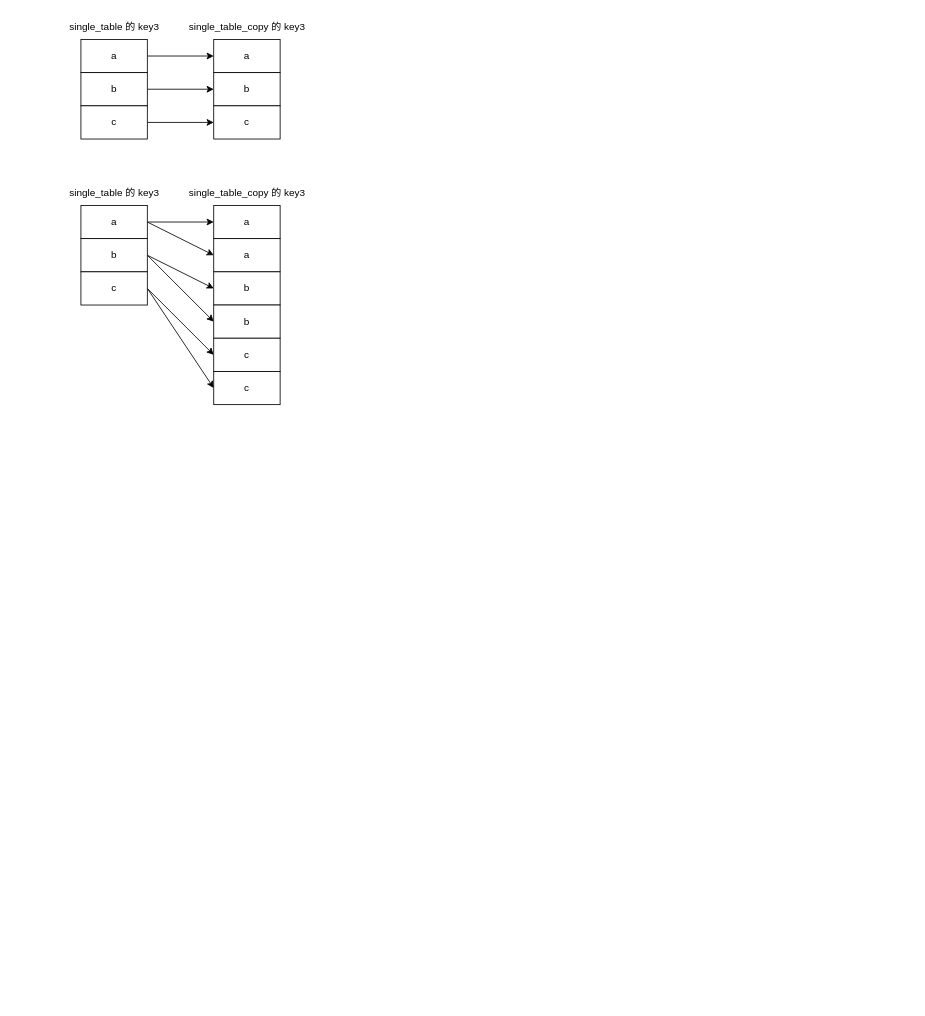
zero-97/picture-of-the-article keeps this draw.io diagram as MySQL in 子查询优化/MySQL in 子查询优化.drawio. Above is the earlier version. Source tidied: cells renumbered, new cells numbered last; positions are measured from the earlier drawing's top-left corner, leaving out a move shared by most shapes. Both pictures are drawn from the tidied source at 83%, with x=0, y=0 at pixel (60, 14).
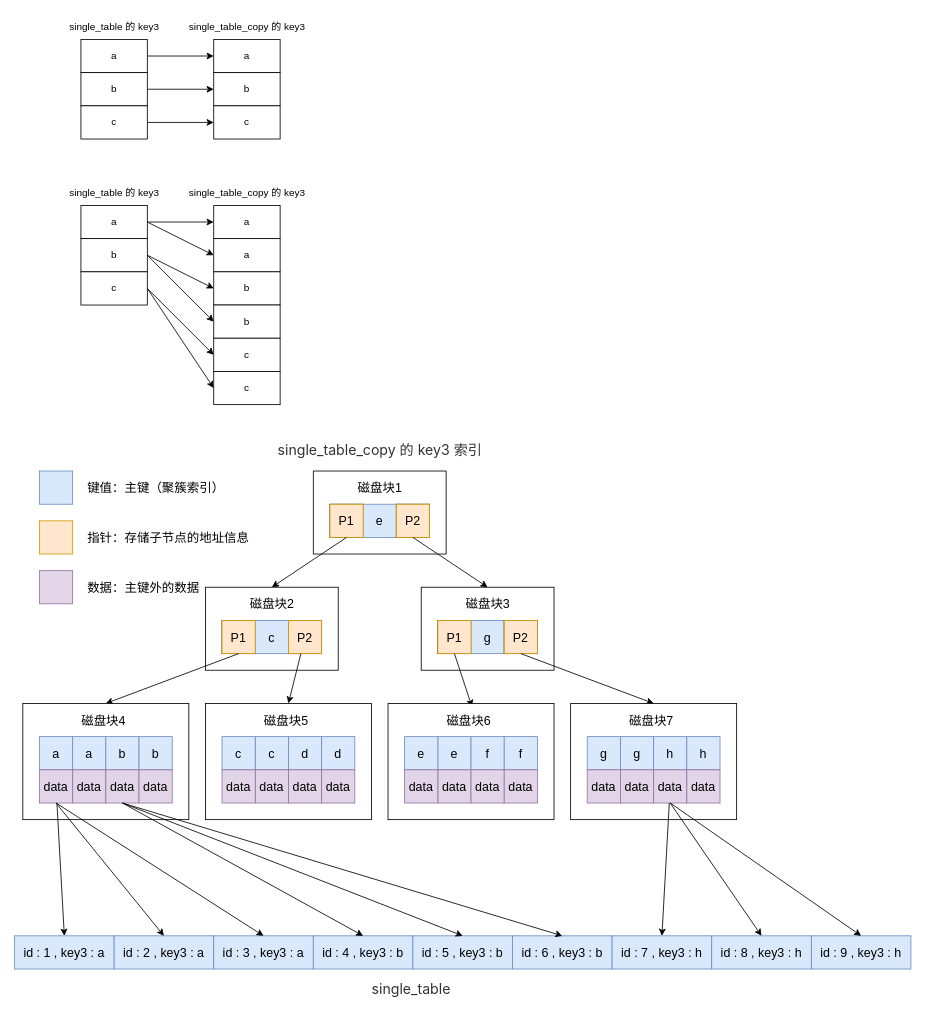
Above is the later version.

Commit message:
Update MySQL in 子查询优化.drawio

Diff of the diagram source:
```diff
@@
+    <mxCell id="30" style="group;" parent="1" vertex="1">
+      <mxGeometry x="305" y="550" width="160" height="100" as="geometry" />
+    </mxCell>
+    <mxCell id="31" style="rounded=0;whiteSpace=wrap;html=1;fontSize=15;" parent="30" vertex="1">
+      <mxGeometry width="160" height="100" as="geometry" />
+    </mxCell>
+    <mxCell id="32" style="rounded=0;whiteSpace=wrap;html=1;fontSize=15;" parent="30" vertex="1">
+      <mxGeometry x="20" y="40" width="40" height="40" as="geometry" />
+    </mxCell>
+    <mxCell id="33" value="e" style="rounded=0;whiteSpace=wrap;html=1;fontSize=15;fillColor=#dae8fc;strokeColor=#6c8ebf;" parent="30" vertex="1">
+      <mxGeometry x="60" y="40" width="40" height="40" as="geometry" />
+    </mxCell>
+    <mxCell id="34" style="rounded=0;whiteSpace=wrap;html=1;fontSize=15;" parent="30" vertex="1">
+      <mxGeometry x="100" y="40" width="40" height="40" as="geometry" />
+    </mxCell>
+    <mxCell id="35" value="P1" style="rounded=0;whiteSpace=wrap;html=1;fontSize=15;fillColor=#ffe6cc;strokeColor=#d79b00;" parent="30" vertex="1">
+      <mxGeometry x="20" y="40" width="40" height="40" as="geometry" />
+    </mxCell>
+    <mxCell id="36" value="P2" style="rounded=0;whiteSpace=wrap;html=1;fontSize=15;fillColor=#ffe6cc;strokeColor=#d79b00;" parent="30" vertex="1">
+      <mxGeometry x="100" y="40" width="40" height="40" as="geometry" />
+    </mxCell>
+    <mxCell id="37" value="磁盘块1" style="text;html=1;align=center;verticalAlign=middle;strokeColor=none;fillColor=none;fontSize=15;" parent="30" vertex="1">
+      <mxGeometry x="45" y="10" width="70" height="20" as="geometry" />
+    </mxCell>
+    <mxCell id="38" style="group;" parent="1" vertex="1">
+      <mxGeometry x="175" y="690" width="160" height="100" as="geometry" />
+    </mxCell>
+    <mxCell id="39" style="rounded=0;whiteSpace=wrap;html=1;fontSize=15;" parent="38" vertex="1">
+      <mxGeometry width="160" height="100" as="geometry" />
+    </mxCell>
+    <mxCell id="40" style="rounded=0;whiteSpace=wrap;html=1;fontSize=15;" parent="38" vertex="1">
+      <mxGeometry x="20" y="40" width="40" height="40" as="geometry" />
+    </mxCell>
+    <mxCell id="41" value="c" style="rounded=0;whiteSpace=wrap;html=1;fontSize=15;fillColor=#dae8fc;strokeColor=#6c8ebf;" parent="38" vertex="1">
+      <mxGeometry x="60" y="40" width="40" height="40" as="geometry" />
+    </mxCell>
+    <mxCell id="42" style="rounded=0;whiteSpace=wrap;html=1;fontSize=15;" parent="38" vertex="1">
+      <mxGeometry x="100" y="40" width="40" height="40" as="geometry" />
+    </mxCell>
+    <mxCell id="43" value="P1" style="rounded=0;whiteSpace=wrap;html=1;fontSize=15;fillColor=#ffe6cc;strokeColor=#d79b00;" parent="38" vertex="1">
+      <mxGeometry x="20" y="40" width="40" height="40" as="geometry" />
+    </mxCell>
+    <mxCell id="44" value="P2" style="rounded=0;whiteSpace=wrap;html=1;fontSize=15;fillColor=#ffe6cc;strokeColor=#d79b00;" parent="38" vertex="1">
+      <mxGeometry x="100" y="40" width="40" height="40" as="geometry" />
+    </mxCell>
+    <mxCell id="45" value="磁盘块2" style="text;html=1;align=center;verticalAlign=middle;strokeColor=none;fillColor=none;fontSize=15;" parent="38" vertex="1">
+      <mxGeometry x="40" y="5" width="80" height="30" as="geometry" />
+    </mxCell>
+    <mxCell id="46" style="group;" parent="1" vertex="1">
+      <mxGeometry x="435" y="690" width="160" height="100" as="geometry" />
+    </mxCell>
+    <mxCell id="47" style="rounded=0;whiteSpace=wrap;html=1;fontSize=15;" parent="46" vertex="1">
+      <mxGeometry width="160" height="100" as="geometry" />
+    </mxCell>
+    <mxCell id="48" style="rounded=0;whiteSpace=wrap;html=1;fontSize=15;" parent="46" vertex="1">
+      <mxGeometry x="20" y="40" width="40" height="40" as="geometry" />
+    </mxCell>
+    <mxCell id="49" value="g" style="rounded=0;whiteSpace=wrap;html=1;fontSize=15;fillColor=#dae8fc;strokeColor=#6c8ebf;" parent="46" vertex="1">
+      <mxGeometry x="60" y="40" width="40" height="40" as="geometry" />
+    </mxCell>
+    <mxCell id="50" style="rounded=0;whiteSpace=wrap;html=1;fontSize=15;" parent="46" vertex="1">
+      <mxGeometry x="100" y="40" width="40" height="40" as="geometry" />
+    </mxCell>
+    <mxCell id="51" value="P1" style="rounded=0;whiteSpace=wrap;html=1;fontSize=15;fillColor=#ffe6cc;strokeColor=#d79b00;" parent="46" vertex="1">
+      <mxGeometry x="20" y="40" width="40" height="40" as="geometry" />
+    </mxCell>
+    <mxCell id="52" value="P2" style="rounded=0;whiteSpace=wrap;html=1;fontSize=15;fillColor=#ffe6cc;strokeColor=#d79b00;" parent="46" vertex="1">
+      <mxGeometry x="100" y="40" width="40" height="40" as="geometry" />
+    </mxCell>
+    <mxCell id="53" value="磁盘块3" style="text;html=1;align=center;verticalAlign=middle;strokeColor=none;fillColor=none;fontSize=15;" parent="46" vertex="1">
+      <mxGeometry x="40" y="5" width="80" height="30" as="geometry" />
+    </mxCell>
+    <mxCell id="54" style="edgeStyle=none;rounded=0;jettySize=auto;html=1;entryX=0.5;entryY=0;entryDx=0;entryDy=0;exitX=0.5;exitY=1;exitDx=0;exitDy=0;" parent="1" edge="1" source="35" target="39">
+      <mxGeometry relative="1" as="geometry" />
+    </mxCell>
+    <mxCell id="55" style="edgeStyle=none;rounded=0;jettySize=auto;html=1;entryX=0.5;entryY=0;entryDx=0;entryDy=0;exitX=0.5;exitY=1;exitDx=0;exitDy=0;" parent="1" edge="1" source="36" target="47">
+      <mxGeometry relative="1" as="geometry" />
+    </mxCell>
+    <mxCell id="56" style="rounded=0;whiteSpace=wrap;html=1;fontSize=15;fillColor=#dae8fc;strokeColor=#6c8ebf;" parent="1" vertex="1">
+      <mxGeometry x="-25" y="550" width="40" height="40" as="geometry" />
+    </mxCell>
+    <mxCell id="57" style="rounded=0;whiteSpace=wrap;html=1;fontSize=15;fillColor=#ffe6cc;strokeColor=#d79b00;" parent="1" vertex="1">
+      <mxGeometry x="-25" y="610" width="40" height="40" as="geometry" />
+    </mxCell>
+    <mxCell id="58" style="rounded=0;whiteSpace=wrap;html=1;fontSize=15;fillColor=#e1d5e7;strokeColor=#9673a6;" parent="1" vertex="1">
+      <mxGeometry x="-25" y="670" width="40" height="40" as="geometry" />
+    </mxCell>
+    <mxCell id="59" value="键值：主键（聚簇索引）" style="text;html=1;align=center;verticalAlign=middle;strokeColor=none;fillColor=none;fontSize=15;" parent="1" vertex="1">
+      <mxGeometry x="25" y="560" width="180" height="20" as="geometry" />
+    </mxCell>
+    <mxCell id="60" value="指针：存储子节点的地址信息" style="text;html=1;align=center;verticalAlign=middle;strokeColor=none;fillColor=none;fontSize=15;" parent="1" vertex="1">
+      <mxGeometry x="25" y="620" width="210" height="20" as="geometry" />
+    </mxCell>
+    <mxCell id="61" value="数据：主键外的数据" style="text;html=1;align=center;verticalAlign=middle;strokeColor=none;fillColor=none;fontSize=15;" parent="1" vertex="1">
+      <mxGeometry x="25" y="680" width="150" height="20" as="geometry" />
+    </mxCell>
+    <mxCell id="62" style="edgeStyle=none;rounded=0;jettySize=auto;html=1;entryX=0.5;entryY=0;entryDx=0;entryDy=0;exitX=0.5;exitY=1;exitDx=0;exitDy=0;" parent="1" edge="1" source="43" target="67">
+      <mxGeometry relative="1" as="geometry" />
+    </mxCell>
+    <mxCell id="63" style="edgeStyle=none;rounded=0;jettySize=auto;html=1;entryX=0.5;entryY=0;entryDx=0;entryDy=0;" parent="1" edge="1" source="44" target="78">
+      <mxGeometry relative="1" as="geometry" />
+    </mxCell>
+    <mxCell id="64" style="edgeStyle=none;rounded=0;jettySize=auto;html=1;entryX=0.552;entryY=-0.033;entryDx=0;entryDy=0;exitX=0.5;exitY=1;exitDx=0;exitDy=0;entryPerimeter=0;" parent="1" edge="1" source="51" target="92">
+      <mxGeometry relative="1" as="geometry" />
+    </mxCell>
+    <mxCell id="65" style="edgeStyle=none;rounded=0;jettySize=auto;html=1;entryX=0.5;entryY=0;entryDx=0;entryDy=0;exitX=0.5;exitY=1;exitDx=0;exitDy=0;" parent="1" edge="1" source="52" target="100">
+      <mxGeometry relative="1" as="geometry" />
+    </mxCell>
+    <mxCell id="66" style="group;" parent="1" vertex="1">
+      <mxGeometry x="-45" y="830" width="200" height="140" as="geometry" />
+    </mxCell>
+    <mxCell id="67" style="rounded=0;whiteSpace=wrap;html=1;fontSize=15;" parent="66" vertex="1">
+      <mxGeometry width="200" height="140" as="geometry" />
+    </mxCell>
+    <mxCell id="68" value="a" style="rounded=0;whiteSpace=wrap;html=1;fontSize=15;fillColor=#dae8fc;strokeColor=#6c8ebf;" parent="66" vertex="1">
+      <mxGeometry x="60" y="40" width="40" height="40" as="geometry" />
+    </mxCell>
+    <mxCell id="69" value="data" style="rounded=0;whiteSpace=wrap;html=1;fontSize=15;fillColor=#e1d5e7;strokeColor=#9673a6;" parent="66" vertex="1">
+      <mxGeometry x="60" y="80" width="40" height="40" as="geometry" />
+    </mxCell>
+    <mxCell id="70" value="磁盘块4" style="text;html=1;align=center;verticalAlign=middle;strokeColor=none;fillColor=none;fontSize=15;" parent="66" vertex="1">
+      <mxGeometry x="57" y="5" width="80" height="30" as="geometry" />
+    </mxCell>
+    <mxCell id="71" value="b" style="rounded=0;whiteSpace=wrap;html=1;fontSize=15;fillColor=#dae8fc;strokeColor=#6c8ebf;" parent="66" vertex="1">
+      <mxGeometry x="100" y="40" width="40" height="40" as="geometry" />
+    </mxCell>
+    <mxCell id="72" value="data" style="rounded=0;whiteSpace=wrap;html=1;fontSize=15;fillColor=#e1d5e7;strokeColor=#9673a6;" parent="66" vertex="1">
+      <mxGeometry x="100" y="80" width="40" height="40" as="geometry" />
+    </mxCell>
+    <mxCell id="73" value="b" style="rounded=0;whiteSpace=wrap;html=1;fontSize=15;fillColor=#dae8fc;strokeColor=#6c8ebf;" parent="66" vertex="1">
+      <mxGeometry x="140" y="40" width="40" height="40" as="geometry" />
+    </mxCell>
+    <mxCell id="74" value="data" style="rounded=0;whiteSpace=wrap;html=1;fontSize=15;fillColor=#e1d5e7;strokeColor=#9673a6;" parent="66" vertex="1">
+      <mxGeometry x="140" y="80" width="40" height="40" as="geometry" />
+    </mxCell>
+    <mxCell id="75" value="a" style="rounded=0;whiteSpace=wrap;html=1;fontSize=15;fillColor=#dae8fc;strokeColor=#6c8ebf;" parent="66" vertex="1">
+      <mxGeometry x="20" y="40" width="40" height="40" as="geometry" />
+    </mxCell>
+    <mxCell id="76" value="data" style="rounded=0;whiteSpace=wrap;html=1;fontSize=15;fillColor=#e1d5e7;strokeColor=#9673a6;" parent="66" vertex="1">
+      <mxGeometry x="20" y="80" width="40" height="40" as="geometry" />
+    </mxCell>
+    <mxCell id="77" style="group;" parent="1" vertex="1">
+      <mxGeometry x="175" y="830" width="200" height="140" as="geometry" />
+    </mxCell>
+    <mxCell id="78" style="rounded=0;whiteSpace=wrap;html=1;fontSize=15;" parent="77" vertex="1">
+      <mxGeometry width="200" height="140" as="geometry" />
+    </mxCell>
+    <mxCell id="79" value="c" style="rounded=0;whiteSpace=wrap;html=1;fontSize=15;fillColor=#dae8fc;strokeColor=#6c8ebf;" parent="77" vertex="1">
+      <mxGeometry x="60" y="40" width="40" height="40" as="geometry" />
+    </mxCell>
+    <mxCell id="80" value="data" style="rounded=0;whiteSpace=wrap;html=1;fontSize=15;fillColor=#e1d5e7;strokeColor=#9673a6;" parent="77" vertex="1">
+      <mxGeometry x="60" y="80" width="40" height="40" as="geometry" />
+    </mxCell>
+    <mxCell id="81" value="磁盘块5" style="text;html=1;align=center;verticalAlign=middle;strokeColor=none;fillColor=none;fontSize=15;" parent="77" vertex="1">
+      <mxGeometry x="57" y="5" width="80" height="30" as="geometry" />
+    </mxCell>
+    <mxCell id="82" value="d" style="rounded=0;whiteSpace=wrap;html=1;fontSize=15;fillColor=#dae8fc;strokeColor=#6c8ebf;" parent="77" vertex="1">
+      <mxGeometry x="100" y="40" width="40" height="40" as="geometry" />
+    </mxCell>
+    <mxCell id="83" value="data" style="rounded=0;whiteSpace=wrap;html=1;fontSize=15;fillColor=#e1d5e7;strokeColor=#9673a6;" parent="77" vertex="1">
+      <mxGeometry x="100" y="80" width="40" height="40" as="geometry" />
+    </mxCell>
+    <mxCell id="84" value="d" style="rounded=0;whiteSpace=wrap;html=1;fontSize=15;fillColor=#dae8fc;strokeColor=#6c8ebf;" parent="77" vertex="1">
+      <mxGeometry x="140" y="40" width="40" height="40" as="geometry" />
+    </mxCell>
+    <mxCell id="85" value="data" style="rounded=0;whiteSpace=wrap;html=1;fontSize=15;fillColor=#e1d5e7;strokeColor=#9673a6;" parent="77" vertex="1">
+      <mxGeometry x="140" y="80" width="40" height="40" as="geometry" />
+    </mxCell>
+    <mxCell id="86" value="c" style="rounded=0;whiteSpace=wrap;html=1;fontSize=15;fillColor=#dae8fc;strokeColor=#6c8ebf;" parent="77" vertex="1">
+      <mxGeometry x="20" y="40" width="40" height="40" as="geometry" />
+    </mxCell>
+    <mxCell id="87" value="data" style="rounded=0;whiteSpace=wrap;html=1;fontSize=15;fillColor=#e1d5e7;strokeColor=#9673a6;" parent="77" vertex="1">
+      <mxGeometry x="20" y="80" width="40" height="40" as="geometry" />
+    </mxCell>
+    <mxCell id="88" style="group;" parent="1" vertex="1">
+      <mxGeometry x="395" y="830" width="200" height="140" as="geometry" />
+    </mxCell>
+    <mxCell id="89" style="rounded=0;whiteSpace=wrap;html=1;fontSize=15;" parent="88" vertex="1">
+      <mxGeometry width="200" height="140" as="geometry" />
+    </mxCell>
+    <mxCell id="90" value="e" style="rounded=0;whiteSpace=wrap;html=1;fontSize=15;fillColor=#dae8fc;strokeColor=#6c8ebf;" parent="88" vertex="1">
+      <mxGeometry x="60" y="40" width="40" height="40" as="geometry" />
+    </mxCell>
+    <mxCell id="91" value="data" style="rounded=0;whiteSpace=wrap;html=1;fontSize=15;fillColor=#e1d5e7;strokeColor=#9673a6;" parent="88" vertex="1">
+      <mxGeometry x="60" y="80" width="40" height="40" as="geometry" />
+    </mxCell>
+    <mxCell id="92" value="磁盘块6" style="text;html=1;align=center;verticalAlign=middle;points=[];strokeColor=none;fillColor=none;fontSize=15;" parent="88" vertex="1">
+      <mxGeometry x="57" y="5" width="80" height="30" as="geometry" />
+    </mxCell>
+    <mxCell id="93" value="f" style="rounded=0;whiteSpace=wrap;html=1;fontSize=15;fillColor=#dae8fc;strokeColor=#6c8ebf;" parent="88" vertex="1">
+      <mxGeometry x="100" y="40" width="40" height="40" as="geometry" />
+    </mxCell>
+    <mxCell id="94" value="data" style="rounded=0;whiteSpace=wrap;html=1;fontSize=15;fillColor=#e1d5e7;strokeColor=#9673a6;" parent="88" vertex="1">
+      <mxGeometry x="100" y="80" width="40" height="40" as="geometry" />
+    </mxCell>
+    <mxCell id="95" value="f" style="rounded=0;whiteSpace=wrap;html=1;fontSize=15;fillColor=#dae8fc;strokeColor=#6c8ebf;" parent="88" vertex="1">
+      <mxGeometry x="140" y="40" width="40" height="40" as="geometry" />
+    </mxCell>
+    <mxCell id="96" value="data" style="rounded=0;whiteSpace=wrap;html=1;fontSize=15;fillColor=#e1d5e7;strokeColor=#9673a6;" parent="88" vertex="1">
+      <mxGeometry x="140" y="80" width="40" height="40" as="geometry" />
+    </mxCell>
+    <mxCell id="97" value="e" style="rounded=0;whiteSpace=wrap;html=1;fontSize=15;fillColor=#dae8fc;strokeColor=#6c8ebf;" parent="88" vertex="1">
+      <mxGeometry x="20" y="40" width="40" height="40" as="geometry" />
+    </mxCell>
+    <mxCell id="98" value="data" style="rounded=0;whiteSpace=wrap;html=1;fontSize=15;fillColor=#e1d5e7;strokeColor=#9673a6;" parent="88" vertex="1">
+      <mxGeometry x="20" y="80" width="40" height="40" as="geometry" />
+    </mxCell>
+    <mxCell id="99" style="group;" parent="1" vertex="1">
+      <mxGeometry x="615" y="830" width="200" height="140" as="geometry" />
+    </mxCell>
+    <mxCell id="100" style="rounded=0;whiteSpace=wrap;html=1;fontSize=15;" parent="99" vertex="1">
+      <mxGeometry width="200" height="140" as="geometry" />
+    </mxCell>
+    <mxCell id="101" value="g" style="rounded=0;whiteSpace=wrap;html=1;fontSize=15;fillColor=#dae8fc;strokeColor=#6c8ebf;" parent="99" vertex="1">
+      <mxGeometry x="60" y="40" width="40" height="40" as="geometry" />
+    </mxCell>
+    <mxCell id="102" value="data" style="rounded=0;whiteSpace=wrap;html=1;fontSize=15;fillColor=#e1d5e7;strokeColor=#9673a6;" parent="99" vertex="1">
+      <mxGeometry x="60" y="80" width="40" height="40" as="geometry" />
+    </mxCell>
+    <mxCell id="103" value="磁盘块7" style="text;html=1;align=center;verticalAlign=middle;strokeColor=none;fillColor=none;fontSize=15;" parent="99" vertex="1">
+      <mxGeometry x="57" y="5" width="80" height="30" as="geometry" />
+    </mxCell>
+    <mxCell id="104" value="h" style="rounded=0;whiteSpace=wrap;html=1;fontSize=15;fillColor=#dae8fc;strokeColor=#6c8ebf;" parent="99" vertex="1">
+      <mxGeometry x="100" y="40" width="40" height="40" as="geometry" />
+    </mxCell>
+    <mxCell id="105" value="data" style="rounded=0;whiteSpace=wrap;html=1;fontSize=15;fillColor=#e1d5e7;strokeColor=#9673a6;" parent="99" vertex="1">
+      <mxGeometry x="100" y="80" width="40" height="40" as="geometry" />
+    </mxCell>
+    <mxCell id="106" value="h" style="rounded=0;whiteSpace=wrap;html=1;fontSize=15;fillColor=#dae8fc;strokeColor=#6c8ebf;" parent="99" vertex="1">
+      <mxGeometry x="140" y="40" width="40" height="40" as="geometry" />
+    </mxCell>
+    <mxCell id="107" value="data" style="rounded=0;whiteSpace=wrap;html=1;fontSize=15;fillColor=#e1d5e7;strokeColor=#9673a6;" parent="99" vertex="1">
+      <mxGeometry x="140" y="80" width="40" height="40" as="geometry" />
+    </mxCell>
+    <mxCell id="108" value="g" style="rounded=0;whiteSpace=wrap;html=1;fontSize=15;fillColor=#dae8fc;strokeColor=#6c8ebf;" parent="99" vertex="1">
+      <mxGeometry x="20" y="40" width="40" height="40" as="geometry" />
+    </mxCell>
+    <mxCell id="109" value="data" style="rounded=0;whiteSpace=wrap;html=1;fontSize=15;fillColor=#e1d5e7;strokeColor=#9673a6;" parent="99" vertex="1">
+      <mxGeometry x="20" y="80" width="40" height="40" as="geometry" />
+    </mxCell>
+    <mxCell id="110" value="&lt;span style=&quot;color: rgb(51, 51, 51); font-family: mp-quote, -apple-system-font, BlinkMacSystemFont, &amp;quot;Helvetica Neue&amp;quot;, &amp;quot;PingFang SC&amp;quot;, &amp;quot;Hiragino Sans GB&amp;quot;, &amp;quot;Microsoft YaHei UI&amp;quot;, &amp;quot;Microsoft YaHei&amp;quot;, Arial, sans-serif; font-size: 17px; text-align: left;&quot;&gt;single_table_copy 的 key3 索引&lt;/span&gt;" style="text;html=1;align=center;verticalAlign=middle;strokeColor=none;fillColor=none;" parent="1" vertex="1">
+      <mxGeometry x="250" y="510" width="270" height="30" as="geometry" />
+    </mxCell>
+    <mxCell id="111" value="&lt;span style=&quot;color: rgb(51, 51, 51); font-family: mp-quote, -apple-system-font, BlinkMacSystemFont, &amp;quot;Helvetica Neue&amp;quot;, &amp;quot;PingFang SC&amp;quot;, &amp;quot;Hiragino Sans GB&amp;quot;, &amp;quot;Microsoft YaHei UI&amp;quot;, &amp;quot;Microsoft YaHei&amp;quot;, Arial, sans-serif; font-size: 17px; text-align: left;&quot;&gt;single_table&amp;nbsp;&lt;/span&gt;" style="text;html=1;align=center;verticalAlign=middle;strokeColor=none;fillColor=none;" parent="1" vertex="1">
+      <mxGeometry x="365" y="1160" width="120" height="30" as="geometry" />
+    </mxCell>
+    <mxCell id="112" value="&lt;font style=&quot;font-size: 15px;&quot;&gt;id : 1 , key3 : a&lt;/font&gt;" style="rounded=0;whiteSpace=wrap;html=1;fillColor=#dae8fc;strokeColor=#6c8ebf;" parent="1" vertex="1">
+      <mxGeometry x="-55" y="1110" width="120" height="40" as="geometry" />
+    </mxCell>
+    <mxCell id="113" value="&lt;font style=&quot;font-size: 15px;&quot;&gt;id : 2 ,&amp;nbsp;key3 : a&lt;/font&gt;" style="rounded=0;whiteSpace=wrap;html=1;fillColor=#dae8fc;strokeColor=#6c8ebf;" parent="1" vertex="1">
+      <mxGeometry x="65" y="1110" width="120" height="40" as="geometry" />
+    </mxCell>
+    <mxCell id="114" value="&lt;font style=&quot;font-size: 15px;&quot;&gt;id : 3 ,&amp;nbsp;key3 : a&lt;/font&gt;" style="rounded=0;whiteSpace=wrap;html=1;fillColor=#dae8fc;strokeColor=#6c8ebf;" parent="1" vertex="1">
+      <mxGeometry x="185" y="1110" width="120" height="40" as="geometry" />
+    </mxCell>
+    <mxCell id="115" value="&lt;font style=&quot;font-size: 15px;&quot;&gt;id : 4 ,&amp;nbsp;key3 : b&lt;/font&gt;" style="rounded=0;whiteSpace=wrap;html=1;fillColor=#dae8fc;strokeColor=#6c8ebf;" parent="1" vertex="1">
+      <mxGeometry x="305" y="1110" width="120" height="40" as="geometry" />
+    </mxCell>
+    <mxCell id="116" value="&lt;font style=&quot;font-size: 15px;&quot;&gt;id : 5 ,&amp;nbsp;key3 : b&lt;/font&gt;" style="rounded=0;whiteSpace=wrap;html=1;fillColor=#dae8fc;strokeColor=#6c8ebf;" parent="1" vertex="1">
+      <mxGeometry x="425" y="1110" width="120" height="40" as="geometry" />
+    </mxCell>
+    <mxCell id="117" value="&lt;font style=&quot;font-size: 15px;&quot;&gt;id : 6 ,&amp;nbsp;key3 : b&lt;/font&gt;" style="rounded=0;whiteSpace=wrap;html=1;fillColor=#dae8fc;strokeColor=#6c8ebf;" parent="1" vertex="1">
+      <mxGeometry x="545" y="1110" width="120" height="40" as="geometry" />
+    </mxCell>
+    <mxCell id="118" value="&lt;font style=&quot;font-size: 15px;&quot;&gt;id : 7 ,&amp;nbsp;key3 : h&lt;/font&gt;" style="rounded=0;whiteSpace=wrap;html=1;fillColor=#dae8fc;strokeColor=#6c8ebf;" parent="1" vertex="1">
+      <mxGeometry x="665" y="1110" width="120" height="40" as="geometry" />
+    </mxCell>
+    <mxCell id="119" value="&lt;font style=&quot;font-size: 15px;&quot;&gt;id : 9 ,&amp;nbsp;key3 : h&lt;/font&gt;" style="rounded=0;whiteSpace=wrap;html=1;fillColor=#dae8fc;strokeColor=#6c8ebf;" parent="1" vertex="1">
+      <mxGeometry x="905" y="1110" width="120" height="40" as="geometry" />
+    </mxCell>
+    <mxCell id="120" value="&lt;font style=&quot;font-size: 15px;&quot;&gt;id : 8 ,&amp;nbsp;key3 : h&lt;/font&gt;" style="rounded=0;whiteSpace=wrap;html=1;fillColor=#dae8fc;strokeColor=#6c8ebf;" parent="1" vertex="1">
+      <mxGeometry x="785" y="1110" width="120" height="40" as="geometry" />
+    </mxCell>
+    <mxCell id="121" style="edgeStyle=none;rounded=0;jettySize=auto;html=1;entryX=0.5;entryY=0;entryDx=0;entryDy=0;fontSize=15;" parent="1" edge="1" source="76" target="112">
+      <mxGeometry relative="1" as="geometry" />
+    </mxCell>
+    <mxCell id="122" style="edgeStyle=none;rounded=0;jettySize=auto;html=1;entryX=0.5;entryY=0;entryDx=0;entryDy=0;fontSize=15;exitX=0.5;exitY=1;exitDx=0;exitDy=0;" parent="1" edge="1" source="76" target="113">
+      <mxGeometry relative="1" as="geometry" />
+    </mxCell>
+    <mxCell id="123" style="edgeStyle=none;rounded=0;jettySize=auto;html=1;entryX=0.5;entryY=0;entryDx=0;entryDy=0;fontSize=15;exitX=0.5;exitY=1;exitDx=0;exitDy=0;" parent="1" edge="1" source="76" target="114">
+      <mxGeometry relative="1" as="geometry" />
+    </mxCell>
+    <mxCell id="124" style="edgeStyle=none;rounded=0;jettySize=auto;html=1;entryX=0.5;entryY=0;entryDx=0;entryDy=0;fontSize=15;exitX=0.5;exitY=1;exitDx=0;exitDy=0;" parent="1" edge="1" source="72" target="115">
+      <mxGeometry relative="1" as="geometry" />
+    </mxCell>
+    <mxCell id="125" style="edgeStyle=none;rounded=0;jettySize=auto;html=1;entryX=0.5;entryY=0;entryDx=0;entryDy=0;fontSize=15;exitX=0.5;exitY=1;exitDx=0;exitDy=0;" parent="1" edge="1" source="72" target="116">
+      <mxGeometry relative="1" as="geometry" />
+    </mxCell>
+    <mxCell id="126" style="edgeStyle=none;rounded=0;jettySize=auto;html=1;entryX=0.5;entryY=0;entryDx=0;entryDy=0;fontSize=15;exitX=0.5;exitY=1;exitDx=0;exitDy=0;" parent="1" edge="1" source="72" target="117">
+      <mxGeometry relative="1" as="geometry" />
+    </mxCell>
+    <mxCell id="127" style="edgeStyle=none;rounded=0;jettySize=auto;html=1;entryX=0.5;entryY=0;entryDx=0;entryDy=0;fontSize=15;" parent="1" edge="1" source="105" target="118">
+      <mxGeometry relative="1" as="geometry" />
+    </mxCell>
+    <mxCell id="128" style="edgeStyle=none;rounded=0;jettySize=auto;html=1;entryX=0.5;entryY=0;entryDx=0;entryDy=0;fontSize=15;exitX=0.5;exitY=1;exitDx=0;exitDy=0;" parent="1" edge="1" source="105" target="120">
+      <mxGeometry relative="1" as="geometry" />
+    </mxCell>
+    <mxCell id="129" style="edgeStyle=none;rounded=0;jettySize=auto;html=1;entryX=0.5;entryY=0;entryDx=0;entryDy=0;fontSize=15;exitX=0.5;exitY=1;exitDx=0;exitDy=0;" parent="1" edge="1" source="105" target="119">
+      <mxGeometry relative="1" as="geometry" />
+    </mxCell>
```
